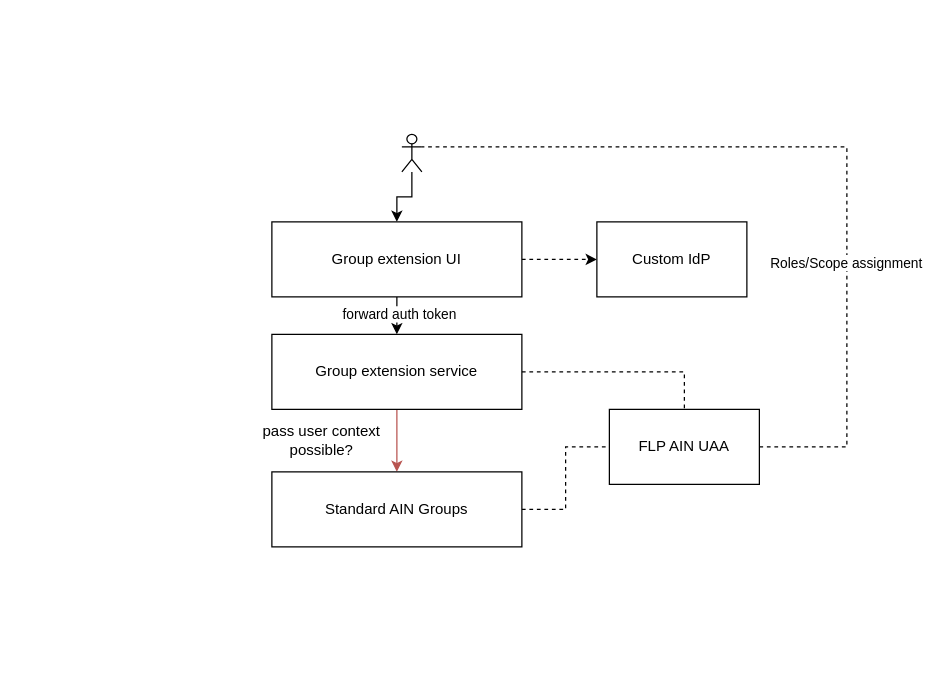
Above: page "Page-9" (9 of 10) of Untitled Diagram.drawio in MohdSaifz/geojsons (draw.io), before the change. Source tidied: cells renumbered, new cells numbered last; positions are measured from the earlier drawing's top-left corner, leaving out a move shared by most shapes. Both pictures are drawn from the tidied source at 125%, with x=0, y=0 at pixel (234, 134).
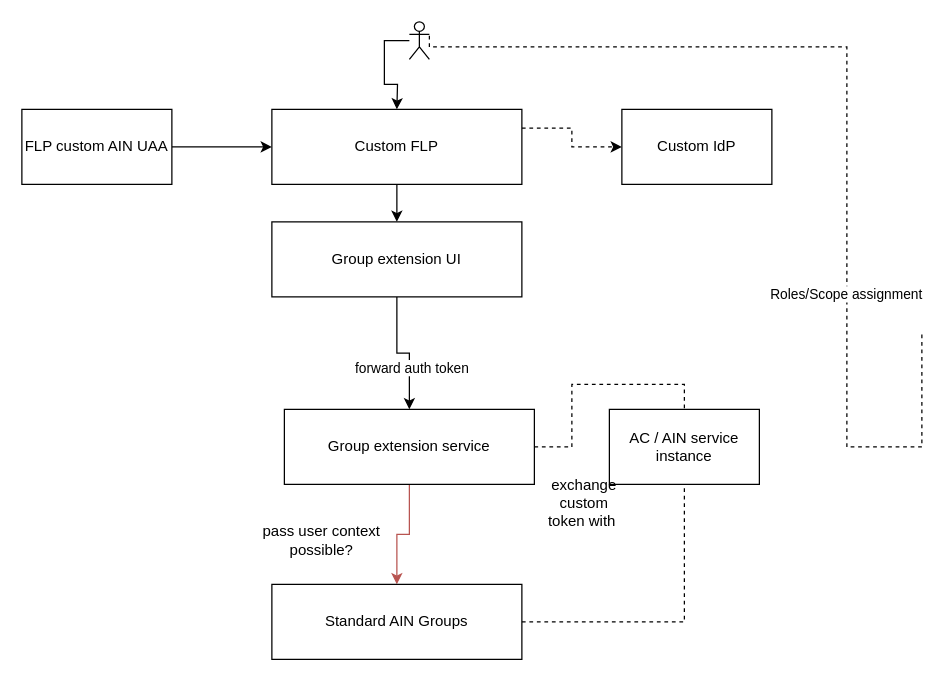
The same diagram, later.

Unchanged cells that the change refers to:
```xml
<mxCell id="15" value="Group extension UI" style="rounded=0;whiteSpace=wrap;html=1;" parent="1" vertex="1">
  <mxGeometry x="30" y="70" width="200" height="60" as="geometry" />
</mxCell>
```

Diff of the diagram source:
```diff
@@
     <mxCell id="4" value="Group extension service" style="rounded=0;whiteSpace=wrap;html=1;" parent="1" vertex="1">
-      <mxGeometry x="30" y="160" width="200" height="60" as="geometry" />
+      <mxGeometry x="40" y="220" width="200" height="60" as="geometry" />
     </mxCell>
@@
     <mxCell id="6" value="Standard AIN Groups" style="rounded=0;whiteSpace=wrap;html=1;" parent="1" vertex="1">
-      <mxGeometry x="30" y="270" width="200" height="60" as="geometry" />
+      <mxGeometry x="30" y="360" width="200" height="60" as="geometry" />
     </mxCell>
-    <mxCell id="7" style="edgeStyle=orthogonalEdgeStyle;rounded=0;jettySize=auto;html=1;entryX=1;entryY=0.3333333333333333;entryDx=0;entryDy=0;entryPerimeter=0;dashed=1;endArrow=none;endFill=0;" parent="1" edge="1" source="9" target="11">
+    <mxCell id="7" style="edgeStyle=orthogonalEdgeStyle;rounded=0;jettySize=auto;html=1;entryX=1;entryY=0.3333333333333333;entryDx=0;entryDy=0;entryPerimeter=0;dashed=1;endArrow=none;endFill=0;" parent="1" edge="1" target="11">
       <mxGeometry relative="1" as="geometry">
+        <mxPoint x="550" y="160" as="sourcePoint" />
         <Array as="points">
           <mxPoint x="490" y="250" />
-          <mxPoint x="490" y="10" />
+          <mxPoint x="490" y="-70" />
+          <mxPoint x="156" y="-70" />
         </Array>
       </mxGeometry>
     </mxCell>
@@
-    <mxCell id="9" value="FLP AIN UAA" style="whiteSpace=wrap;html=1;rounded=0;" parent="1" vertex="1">
+    <mxCell id="9" value="AC / AIN service instance" style="whiteSpace=wrap;html=1;rounded=0;" parent="1" vertex="1">
       <mxGeometry x="300" y="220" width="120" height="60" as="geometry" />
     </mxCell>
-    <mxCell id="10" style="edgeStyle=orthogonalEdgeStyle;rounded=0;jettySize=auto;html=1;" parent="1" edge="1" source="11" target="15">
-      <mxGeometry relative="1" as="geometry" />
+    <mxCell id="10" style="edgeStyle=orthogonalEdgeStyle;rounded=0;jettySize=auto;html=1;" parent="1" edge="1" source="11">
+      <mxGeometry relative="1" as="geometry">
+        <mxPoint x="130" y="-20" as="targetPoint" />
+      </mxGeometry>
     </mxCell>
     <mxCell id="11" style="shape=umlActor;verticalLabelPosition=bottom;verticalAlign=top;html=1;outlineConnect=0;" parent="1" vertex="1">
-      <mxGeometry x="134" width="16" height="30" as="geometry" />
+      <mxGeometry x="140" y="-90" width="16" height="30" as="geometry" />
     </mxCell>
@@
-    <mxCell id="14" style="edgeStyle=orthogonalEdgeStyle;rounded=0;jettySize=auto;html=1;dashed=1;" parent="1" edge="1" source="15" target="16">
+    <mxCell id="14" style="edgeStyle=orthogonalEdgeStyle;rounded=0;jettySize=auto;html=1;dashed=1;exitX=1;exitY=0.25;exitDx=0;exitDy=0;" parent="1" edge="1" source="19" target="16">
       <mxGeometry relative="1" as="geometry" />
     </mxCell>
@@
     <mxCell id="16" value="Custom IdP" style="whiteSpace=wrap;html=1;rounded=0;" parent="1" vertex="1">
-      <mxGeometry x="290" y="70" width="120" height="60" as="geometry" />
+      <mxGeometry x="310" y="-20" width="120" height="60" as="geometry" />
     </mxCell>
     <mxCell id="17" value="pass user context&lt;br&gt;possible?" style="text;html=1;strokeColor=none;fillColor=none;align=center;verticalAlign=middle;whiteSpace=wrap;rounded=0;" parent="1" vertex="1">
-      <mxGeometry y="230" width="140" height="30" as="geometry" />
+      <mxGeometry y="310" width="140" height="30" as="geometry" />
     </mxCell>
+    <mxCell id="18" style="edgeStyle=orthogonalEdgeStyle;rounded=0;jettySize=auto;html=1;" parent="1" edge="1" source="19" target="15">
+      <mxGeometry relative="1" as="geometry" />
+    </mxCell>
+    <mxCell id="19" value="Custom FLP" style="rounded=0;whiteSpace=wrap;html=1;" parent="1" vertex="1">
+      <mxGeometry x="30" y="-20" width="200" height="60" as="geometry" />
+    </mxCell>
+    <mxCell id="20" style="edgeStyle=orthogonalEdgeStyle;rounded=0;jettySize=auto;html=1;entryX=0;entryY=0.5;entryDx=0;entryDy=0;" parent="1" edge="1" source="21" target="19">
+      <mxGeometry relative="1" as="geometry" />
+    </mxCell>
+    <mxCell id="21" value="FLP custom AIN UAA" style="whiteSpace=wrap;html=1;rounded=0;" parent="1" vertex="1">
+      <mxGeometry x="-170" y="-20" width="120" height="60" as="geometry" />
+    </mxCell>
+    <mxCell id="22" value="exchange custom token with&amp;nbsp;" style="text;html=1;strokeColor=none;fillColor=none;align=center;verticalAlign=middle;whiteSpace=wrap;rounded=0;" parent="1" vertex="1">
+      <mxGeometry x="250" y="280" width="60" height="30" as="geometry" />
+    </mxCell>
```
